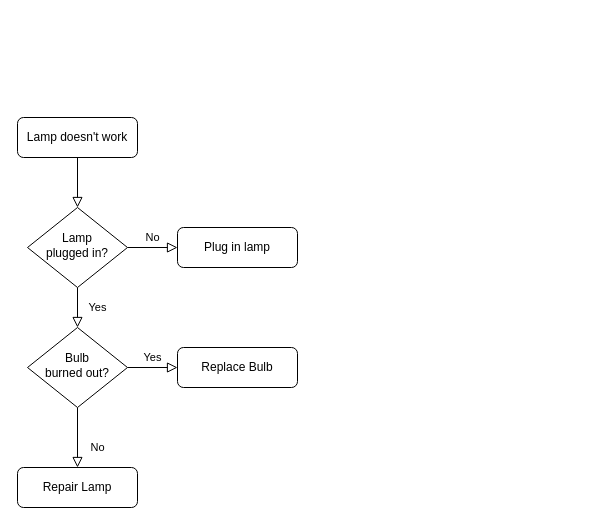
The draw.io diagram 배달앱비교.drawio in 2022-SMHRD-KDT-BigData-5/SaveUs, before the edit. Source tidied: cells renumbered, new cells numbered last; positions are measured from the earlier drawing's top-left corner, leaving out a move shared by most shapes. Both pictures are drawn from the tidied source at 100%, with x=0, y=0 at pixel (17, 117).
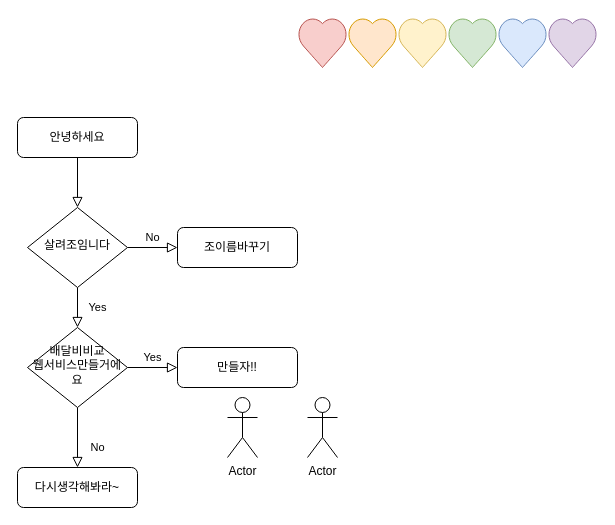
The same diagram, later.

Commit message:
Update 배달앱비교.drawio

What changed in the source:
```diff
@@
-    <mxCell id="3" value="Lamp doesn't work" style="rounded=1;whiteSpace=wrap;html=1;fontSize=12;glass=0;strokeWidth=1;shadow=0;" parent="1" vertex="1">
+    <mxCell id="3" value="안녕하세요" style="rounded=1;whiteSpace=wrap;html=1;fontSize=12;glass=0;strokeWidth=1;shadow=0;" parent="1" vertex="1">
       <mxGeometry width="120" height="40" as="geometry" />
     </mxCell>
@@
-    <mxCell id="6" value="Lamp&lt;br&gt;plugged in?" style="rhombus;whiteSpace=wrap;html=1;shadow=0;fontFamily=Helvetica;fontSize=12;align=center;strokeWidth=1;spacing=6;spacingTop=-4;" parent="1" vertex="1">
+    <mxCell id="6" value="살려조임니다" style="rhombus;whiteSpace=wrap;html=1;shadow=0;fontFamily=Helvetica;fontSize=12;align=center;strokeWidth=1;spacing=6;spacingTop=-4;" parent="1" vertex="1">
       <mxGeometry x="10" y="90" width="100" height="80" as="geometry" />
     </mxCell>
-    <mxCell id="7" value="Plug in lamp" style="rounded=1;whiteSpace=wrap;html=1;fontSize=12;glass=0;strokeWidth=1;shadow=0;" parent="1" vertex="1">
+    <mxCell id="7" value="조이름바꾸기" style="rounded=1;whiteSpace=wrap;html=1;fontSize=12;glass=0;strokeWidth=1;shadow=0;" parent="1" vertex="1">
       <mxGeometry x="160" y="110" width="120" height="40" as="geometry" />
     </mxCell>
@@
-    <mxCell id="10" value="Bulb&lt;br&gt;burned out?" style="rhombus;whiteSpace=wrap;html=1;shadow=0;fontFamily=Helvetica;fontSize=12;align=center;strokeWidth=1;spacing=6;spacingTop=-4;" parent="1" vertex="1">
+    <mxCell id="10" value="배달비비교&lt;br&gt;웹서비스만들거에요" style="rhombus;whiteSpace=wrap;html=1;shadow=0;fontFamily=Helvetica;fontSize=12;align=center;strokeWidth=1;spacing=6;spacingTop=-4;" parent="1" vertex="1">
       <mxGeometry x="10" y="210" width="100" height="80" as="geometry" />
     </mxCell>
-    <mxCell id="11" value="Repair Lamp" style="rounded=1;whiteSpace=wrap;html=1;fontSize=12;glass=0;strokeWidth=1;shadow=0;" parent="1" vertex="1">
+    <mxCell id="11" value="다시생각해봐라~" style="rounded=1;whiteSpace=wrap;html=1;fontSize=12;glass=0;strokeWidth=1;shadow=0;" parent="1" vertex="1">
       <mxGeometry y="350" width="120" height="40" as="geometry" />
     </mxCell>
-    <mxCell id="12" value="Replace Bulb" style="rounded=1;whiteSpace=wrap;html=1;fontSize=12;glass=0;strokeWidth=1;shadow=0;" parent="1" vertex="1">
+    <mxCell id="12" value="만들자!!" style="rounded=1;whiteSpace=wrap;html=1;fontSize=12;glass=0;strokeWidth=1;shadow=0;" parent="1" vertex="1">
       <mxGeometry x="160" y="230" width="120" height="40" as="geometry" />
     </mxCell>
+    <mxCell id="13" style="verticalLabelPosition=bottom;verticalAlign=top;html=1;shape=mxgraph.basic.heart;fillColor=#f8cecc;strokeColor=#b85450;" parent="1" vertex="1">
+      <mxGeometry x="280" y="-100" width="50" height="50" as="geometry" />
+    </mxCell>
+    <mxCell id="14" style="verticalLabelPosition=bottom;verticalAlign=top;html=1;shape=mxgraph.basic.heart;fillColor=#ffe6cc;strokeColor=#d79b00;" parent="1" vertex="1">
+      <mxGeometry x="330" y="-100" width="50" height="50" as="geometry" />
+    </mxCell>
+    <mxCell id="15" style="verticalLabelPosition=bottom;verticalAlign=top;html=1;shape=mxgraph.basic.heart;fillColor=#fff2cc;strokeColor=#d6b656;" parent="1" vertex="1">
+      <mxGeometry x="380" y="-100" width="50" height="50" as="geometry" />
+    </mxCell>
+    <mxCell id="16" style="verticalLabelPosition=bottom;verticalAlign=top;html=1;shape=mxgraph.basic.heart;fillColor=#d5e8d4;strokeColor=#82b366;" parent="1" vertex="1">
+      <mxGeometry x="430" y="-100" width="50" height="50" as="geometry" />
+    </mxCell>
+    <mxCell id="17" style="verticalLabelPosition=bottom;verticalAlign=top;html=1;shape=mxgraph.basic.heart;fillColor=#dae8fc;strokeColor=#6c8ebf;" parent="1" vertex="1">
+      <mxGeometry x="480" y="-100" width="50" height="50" as="geometry" />
+    </mxCell>
+    <mxCell id="18" style="verticalLabelPosition=bottom;verticalAlign=top;html=1;shape=mxgraph.basic.heart;fillColor=#e1d5e7;strokeColor=#9673a6;" parent="1" vertex="1">
+      <mxGeometry x="530" y="-100" width="50" height="50" as="geometry" />
+    </mxCell>
+    <mxCell id="19" value="Actor" style="shape=umlActor;verticalLabelPosition=bottom;verticalAlign=top;html=1;" parent="1" vertex="1">
+      <mxGeometry x="210" y="280" width="30" height="60" as="geometry" />
+    </mxCell>
+    <mxCell id="20" value="Actor" style="shape=umlActor;verticalLabelPosition=bottom;verticalAlign=top;html=1;" parent="1" vertex="1">
+      <mxGeometry x="290" y="280" width="30" height="60" as="geometry" />
+    </mxCell>
```
